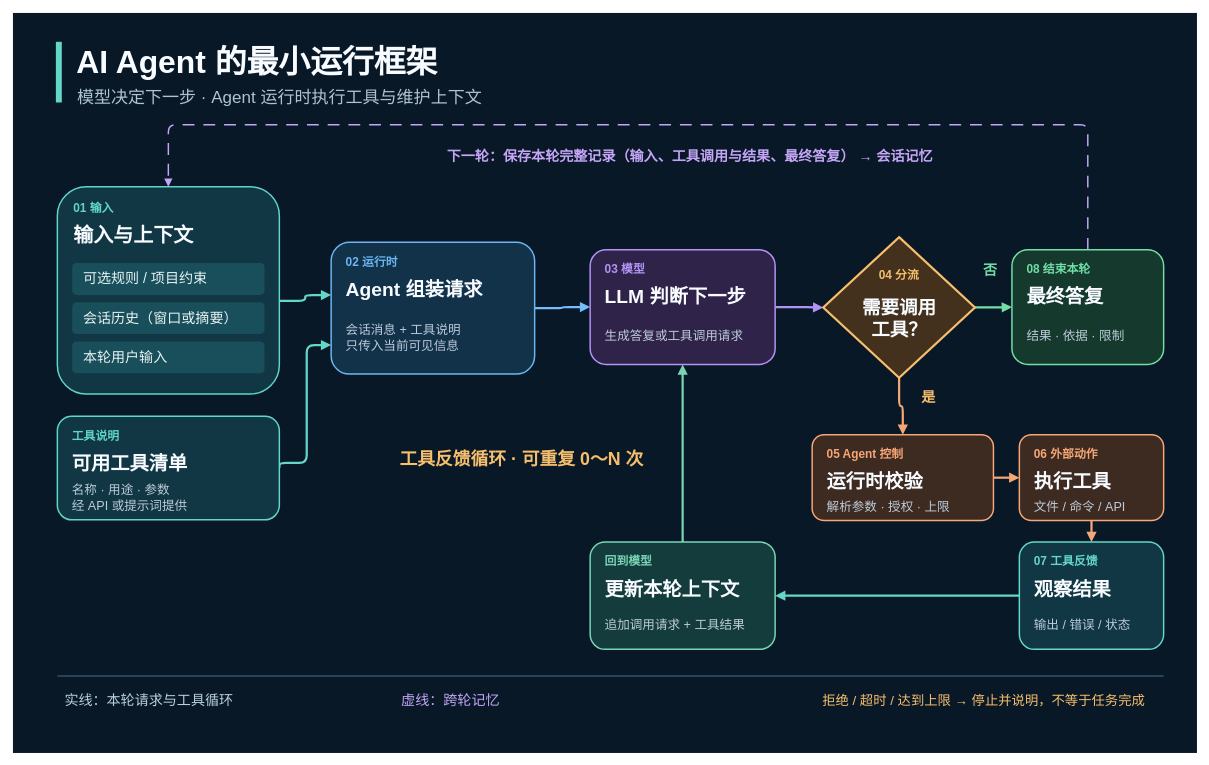
Above: output/AI_Agent_Flow_Optimized.drawio in YuLL-g/AgentLearning (draw.io), before the change. Source tidied: cells renumbered, new cells numbered last; positions are measured from the earlier drawing's top-left corner, leaving out a move shared by most shapes. Both pictures are drawn from the tidied source at 74%, with x=0, y=0 at pixel (13, 13).
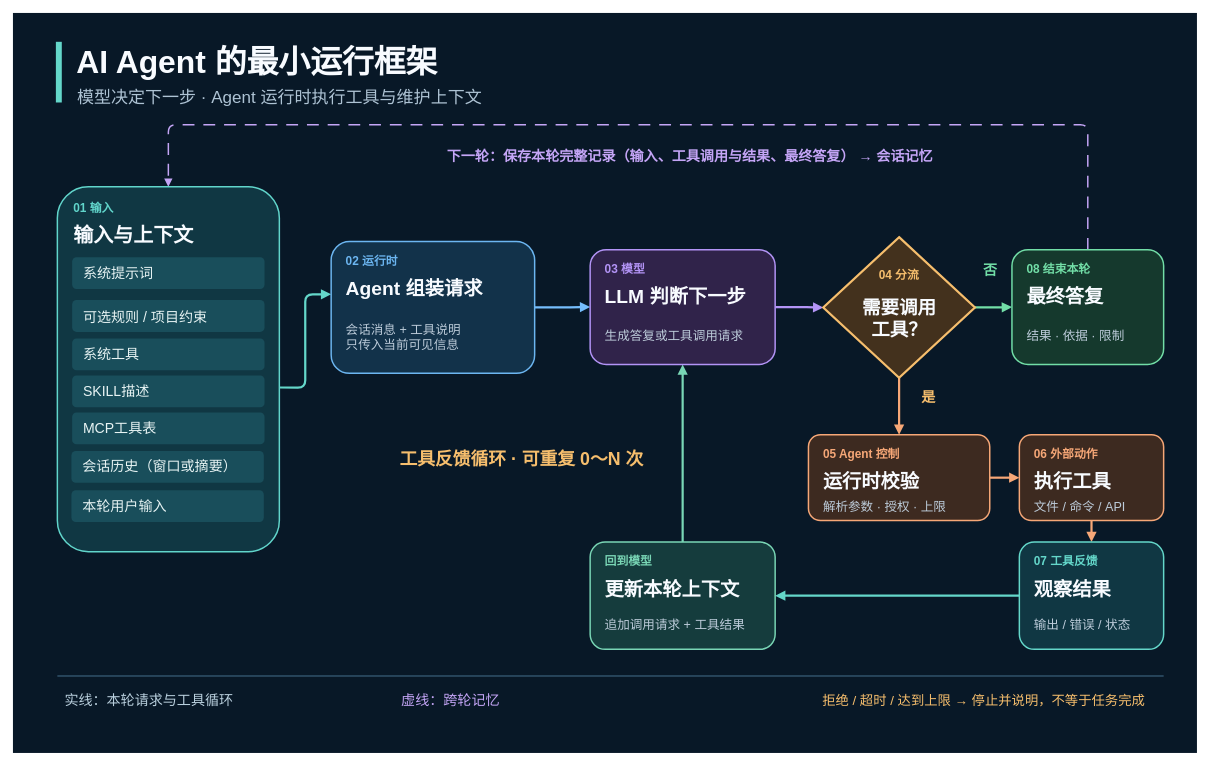
The same page after the edit.

What changed in the source:
```diff
@@
-    <mxCell id="4" style="edgeStyle=orthogonalEdgeStyle;rounded=1;jettySize=auto;html=1;strokeColor=#64D7CA;strokeWidth=3;dashed=0;dashPattern=8 6;endArrow=block;endFill=1;startArrow=none;exitX=1;exitY=0.5;exitDx=0;exitDy=0;entryX=0;entryY=0.78;entryDx=0;entryDy=0;" parent="1" edge="1" source="27" target="31">
-      <mxGeometry relative="1" as="geometry">
-        <Array as="points">
-          <mxPoint x="397" y="608" />
-          <mxPoint x="397" y="448" />
-        </Array>
-      </mxGeometry>
-    </mxCell>
@@
     <mxCell id="18" style="rounded=1;arcSize=14;whiteSpace=wrap;html=1;fillColor=#103743;strokeColor=#61D5CB;strokeWidth=2;shadow=0;" parent="1" vertex="1">
-      <mxGeometry x="60" y="235" width="300" height="280" as="geometry" />
+      <mxGeometry x="60" y="235" width="300" height="493" as="geometry" />
     </mxCell>
@@
-    <mxCell id="21" style="rounded=1;arcSize=14;whiteSpace=wrap;html=1;fillColor=#194E5B;strokeColor=none;strokeWidth=0;shadow=0;" parent="1" vertex="1">
-      <mxGeometry x="80" y="338" width="260" height="43" as="geometry" />
-    </mxCell>
-    <mxCell id="22" value="可选规则 / 项目约束" style="text;html=1;whiteSpace=wrap;rounded=0;fillColor=none;strokeColor=none;fontFamily=PingFang SC;fontSize=19;fontColor=#E8F4F4;fontStyle=0;align=left;verticalAlign=middle;spacing=0;" parent="1" vertex="1">
-      <mxGeometry x="95" y="343" width="230" height="33" as="geometry" />
-    </mxCell>
-    <mxCell id="23" style="rounded=1;arcSize=14;whiteSpace=wrap;html=1;fillColor=#194E5B;strokeColor=none;strokeWidth=0;shadow=0;" parent="1" vertex="1">
-      <mxGeometry x="80" y="391" width="260" height="43" as="geometry" />
-    </mxCell>
-    <mxCell id="24" value="会话历史（窗口或摘要）" style="text;html=1;whiteSpace=wrap;rounded=0;fillColor=none;strokeColor=none;fontFamily=PingFang SC;fontSize=19;fontColor=#E8F4F4;fontStyle=0;align=left;verticalAlign=middle;spacing=0;" parent="1" vertex="1">
-      <mxGeometry x="95" y="396" width="230" height="33" as="geometry" />
-    </mxCell>
-    <mxCell id="25" style="rounded=1;arcSize=14;whiteSpace=wrap;html=1;fillColor=#194E5B;strokeColor=none;strokeWidth=0;shadow=0;" parent="1" vertex="1">
-      <mxGeometry x="80" y="444" width="260" height="43" as="geometry" />
-    </mxCell>
-    <mxCell id="26" value="本轮用户输入" style="text;html=1;whiteSpace=wrap;rounded=0;fillColor=none;strokeColor=none;fontFamily=PingFang SC;fontSize=19;fontColor=#E8F4F4;fontStyle=0;align=left;verticalAlign=middle;spacing=0;" parent="1" vertex="1">
-      <mxGeometry x="95" y="449" width="230" height="33" as="geometry" />
-    </mxCell>
-    <mxCell id="27" style="rounded=1;arcSize=14;whiteSpace=wrap;html=1;fillColor=#103743;strokeColor=#61D5CB;strokeWidth=2;shadow=0;" parent="1" vertex="1">
-      <mxGeometry x="60" y="545" width="300" height="140" as="geometry" />
-    </mxCell>
-    <mxCell id="28" value="工具说明" style="text;html=1;whiteSpace=wrap;rounded=0;fillColor=none;strokeColor=none;fontFamily=PingFang SC;fontSize=16;fontColor=#61D5CB;fontStyle=1;align=left;verticalAlign=middle;spacing=0;" parent="1" vertex="1">
-      <mxGeometry x="80" y="558" width="260" height="25" as="geometry" />
-    </mxCell>
-    <mxCell id="29" value="可用工具清单" style="text;html=1;whiteSpace=wrap;rounded=0;fillColor=none;strokeColor=none;fontFamily=PingFang SC;fontSize=26;fontColor=#F8FBFF;fontStyle=1;align=left;verticalAlign=middle;spacing=0;" parent="1" vertex="1">
-      <mxGeometry x="80" y="587" width="260" height="43" as="geometry" />
-    </mxCell>
-    <mxCell id="30" value="名称 · 用途 · 参数&#10;经 API 或提示词提供" style="text;html=1;whiteSpace=wrap;rounded=0;fillColor=none;strokeColor=none;fontFamily=PingFang SC;fontSize=17;fontColor=#BDCCDA;fontStyle=0;align=left;verticalAlign=middle;spacing=0;" parent="1" vertex="1">
-      <mxGeometry x="80" y="635" width="260" height="41" as="geometry" />
-    </mxCell>
-    <mxCell id="31" style="rounded=1;arcSize=14;whiteSpace=wrap;html=1;fillColor=#12324A;strokeColor=#6CB6F1;strokeWidth=2;shadow=0;" parent="1" vertex="1">
-      <mxGeometry x="430" y="310" width="275" height="178" as="geometry" />
-    </mxCell>
-    <mxCell id="32" value="02  运行时" style="text;html=1;whiteSpace=wrap;rounded=0;fillColor=none;strokeColor=none;fontFamily=PingFang SC;fontSize=16;fontColor=#6CB6F1;fontStyle=1;align=left;verticalAlign=middle;spacing=0;" parent="1" vertex="1">
-      <mxGeometry x="450" y="323" width="235" height="25" as="geometry" />
-    </mxCell>
-    <mxCell id="33" value="Agent 组装请求" style="text;html=1;whiteSpace=wrap;rounded=0;fillColor=none;strokeColor=none;fontFamily=PingFang SC;fontSize=26;fontColor=#F8FBFF;fontStyle=1;align=left;verticalAlign=middle;spacing=0;" parent="1" vertex="1">
-      <mxGeometry x="450" y="352" width="235" height="43" as="geometry" />
-    </mxCell>
-    <mxCell id="34" value="会话消息 + 工具说明&#10;只传入当前可见信息" style="text;html=1;whiteSpace=wrap;rounded=0;fillColor=none;strokeColor=none;fontFamily=PingFang SC;fontSize=17;fontColor=#BDCCDA;fontStyle=0;align=left;verticalAlign=middle;spacing=0;" parent="1" vertex="1">
-      <mxGeometry x="450" y="400" width="235" height="79" as="geometry" />
-    </mxCell>
@@
-    <mxCell id="47" style="rounded=1;arcSize=14;whiteSpace=wrap;html=1;fillColor=#3D2A20;strokeColor=#F6A777;strokeWidth=2;shadow=0;" parent="1" vertex="1">
-      <mxGeometry x="1080" y="570" width="245" height="116" as="geometry" />
-    </mxCell>
-    <mxCell id="48" value="05  Agent 控制" style="text;html=1;whiteSpace=wrap;rounded=0;fillColor=none;strokeColor=none;fontFamily=PingFang SC;fontSize=16;fontColor=#F6A777;fontStyle=1;align=left;verticalAlign=middle;spacing=0;" parent="1" vertex="1">
-      <mxGeometry x="1100" y="583" width="205" height="25" as="geometry" />
-    </mxCell>
-    <mxCell id="49" value="运行时校验" style="text;html=1;whiteSpace=wrap;rounded=0;fillColor=none;strokeColor=none;fontFamily=PingFang SC;fontSize=26;fontColor=#F8FBFF;fontStyle=1;align=left;verticalAlign=middle;spacing=0;" parent="1" vertex="1">
-      <mxGeometry x="1100" y="612" width="205" height="43" as="geometry" />
-    </mxCell>
-    <mxCell id="50" value="解析参数 · 授权 · 上限" style="text;html=1;whiteSpace=wrap;rounded=0;fillColor=none;strokeColor=none;fontFamily=PingFang SC;fontSize=17;fontColor=#BDCCDA;fontStyle=0;align=left;verticalAlign=middle;spacing=0;" parent="1" vertex="1">
-      <mxGeometry x="1100" y="660" width="205" height="17" as="geometry" />
-    </mxCell>
@@
+    <mxCell id="69" style="group;" parent="1" vertex="1">
+      <mxGeometry x="80" y="390" width="260" height="43" as="geometry" />
+    </mxCell>
+    <mxCell id="21" style="rounded=1;arcSize=14;whiteSpace=wrap;html=1;fillColor=#194E5B;strokeColor=none;strokeWidth=0;shadow=0;" parent="69" vertex="1">
+      <mxGeometry y="-2" width="260" height="43" as="geometry" />
+    </mxCell>
+    <mxCell id="22" value="可选规则 / 项目约束" style="text;html=1;whiteSpace=wrap;rounded=0;fillColor=none;strokeColor=none;fontFamily=PingFang SC;fontSize=19;fontColor=#E8F4F4;fontStyle=0;align=left;verticalAlign=middle;spacing=0;" parent="69" vertex="1">
+      <mxGeometry x="15" y="5" width="230" height="33" as="geometry" />
+    </mxCell>
+    <mxCell id="70" style="group;" parent="1" vertex="1">
+      <mxGeometry x="79" y="592" width="260" height="43" as="geometry" />
+    </mxCell>
+    <mxCell id="23" style="rounded=1;arcSize=14;whiteSpace=wrap;html=1;fillColor=#194E5B;strokeColor=none;strokeWidth=0;shadow=0;" parent="70" vertex="1">
+      <mxGeometry width="260" height="43" as="geometry" />
+    </mxCell>
+    <mxCell id="24" value="会话历史（窗口或摘要）" style="text;html=1;whiteSpace=wrap;rounded=0;fillColor=none;strokeColor=none;fontFamily=PingFang SC;fontSize=19;fontColor=#E8F4F4;fontStyle=0;align=left;verticalAlign=middle;spacing=0;" parent="70" vertex="1">
+      <mxGeometry x="15" y="5" width="235" height="33" as="geometry" />
+    </mxCell>
+    <mxCell id="71" style="group;" parent="1" vertex="1">
+      <mxGeometry x="79" y="645" width="260" height="43" as="geometry" />
+    </mxCell>
+    <mxCell id="25" style="rounded=1;arcSize=14;whiteSpace=wrap;html=1;fillColor=#194E5B;strokeColor=none;strokeWidth=0;shadow=0;" parent="71" vertex="1">
+      <mxGeometry width="260" height="43" as="geometry" />
+    </mxCell>
+    <mxCell id="26" value="本轮用户输入" style="text;html=1;whiteSpace=wrap;rounded=0;fillColor=none;strokeColor=none;fontFamily=PingFang SC;fontSize=19;fontColor=#E8F4F4;fontStyle=0;align=left;verticalAlign=middle;spacing=0;" parent="71" vertex="1">
+      <mxGeometry x="15" y="5" width="230" height="33" as="geometry" />
+    </mxCell>
+    <mxCell id="72" style="group;" parent="1" vertex="1">
+      <mxGeometry x="80" y="330" width="260" height="43" as="geometry" />
+    </mxCell>
+    <mxCell id="73" style="rounded=1;arcSize=14;whiteSpace=wrap;html=1;fillColor=#194E5B;strokeColor=none;strokeWidth=0;shadow=0;" parent="72" vertex="1">
+      <mxGeometry width="260" height="43" as="geometry" />
+    </mxCell>
+    <mxCell id="74" value="系统提示词" style="text;html=1;whiteSpace=wrap;rounded=0;fillColor=none;strokeColor=none;fontFamily=PingFang SC;fontSize=19;fontColor=#E8F4F4;fontStyle=0;align=left;verticalAlign=middle;spacing=0;" parent="72" vertex="1">
+      <mxGeometry x="15" y="5" width="230" height="33" as="geometry" />
+    </mxCell>
+    <mxCell id="75" style="group;" parent="1" vertex="1">
+      <mxGeometry x="1075" y="570" width="245" height="116" as="geometry" />
+    </mxCell>
+    <mxCell id="47" style="rounded=1;arcSize=14;whiteSpace=wrap;html=1;fillColor=#3D2A20;strokeColor=#F6A777;strokeWidth=2;shadow=0;" parent="75" vertex="1">
+      <mxGeometry width="245" height="116" as="geometry" />
+    </mxCell>
+    <mxCell id="48" value="05  Agent 控制" style="text;html=1;whiteSpace=wrap;rounded=0;fillColor=none;strokeColor=none;fontFamily=PingFang SC;fontSize=16;fontColor=#F6A777;fontStyle=1;align=left;verticalAlign=middle;spacing=0;" parent="75" vertex="1">
+      <mxGeometry x="20" y="13" width="205" height="25" as="geometry" />
+    </mxCell>
+    <mxCell id="49" value="运行时校验" style="text;html=1;whiteSpace=wrap;rounded=0;fillColor=none;strokeColor=none;fontFamily=PingFang SC;fontSize=26;fontColor=#F8FBFF;fontStyle=1;align=left;verticalAlign=middle;spacing=0;" parent="75" vertex="1">
+      <mxGeometry x="20" y="42" width="205" height="43" as="geometry" />
+    </mxCell>
+    <mxCell id="50" value="解析参数 · 授权 · 上限" style="text;html=1;whiteSpace=wrap;rounded=0;fillColor=none;strokeColor=none;fontFamily=PingFang SC;fontSize=17;fontColor=#BDCCDA;fontStyle=0;align=left;verticalAlign=middle;spacing=0;" parent="75" vertex="1">
+      <mxGeometry x="20" y="90" width="205" height="17" as="geometry" />
+    </mxCell>
+    <mxCell id="76" style="group;" parent="1" vertex="1">
+      <mxGeometry x="430" y="309" width="275" height="178" as="geometry" />
+    </mxCell>
+    <mxCell id="31" style="rounded=1;arcSize=14;whiteSpace=wrap;html=1;fillColor=#12324A;strokeColor=#6CB6F1;strokeWidth=2;shadow=0;" parent="76" vertex="1">
+      <mxGeometry width="275" height="178" as="geometry" />
+    </mxCell>
+    <mxCell id="32" value="02  运行时" style="text;html=1;whiteSpace=wrap;rounded=0;fillColor=none;strokeColor=none;fontFamily=PingFang SC;fontSize=16;fontColor=#6CB6F1;fontStyle=1;align=left;verticalAlign=middle;spacing=0;" parent="76" vertex="1">
+      <mxGeometry x="20" y="13" width="235" height="25" as="geometry" />
+    </mxCell>
+    <mxCell id="33" value="Agent 组装请求" style="text;html=1;whiteSpace=wrap;rounded=0;fillColor=none;strokeColor=none;fontFamily=PingFang SC;fontSize=26;fontColor=#F8FBFF;fontStyle=1;align=left;verticalAlign=middle;spacing=0;" parent="76" vertex="1">
+      <mxGeometry x="20" y="42" width="235" height="43" as="geometry" />
+    </mxCell>
+    <mxCell id="34" value="会话消息 + 工具说明&#10;只传入当前可见信息" style="text;html=1;whiteSpace=wrap;rounded=0;fillColor=none;strokeColor=none;fontFamily=PingFang SC;fontSize=17;fontColor=#BDCCDA;fontStyle=0;align=left;verticalAlign=middle;spacing=0;" parent="76" vertex="1">
+      <mxGeometry x="20" y="90" width="235" height="79" as="geometry" />
+    </mxCell>
+    <mxCell id="77" style="group;" parent="1" vertex="1">
+      <mxGeometry x="80" y="440" width="260" height="43" as="geometry" />
+    </mxCell>
+    <mxCell id="78" style="rounded=1;arcSize=14;whiteSpace=wrap;html=1;fillColor=#194E5B;strokeColor=none;strokeWidth=0;shadow=0;" parent="77" vertex="1">
+      <mxGeometry width="260" height="43" as="geometry" />
+    </mxCell>
+    <mxCell id="79" value="系统工具" style="text;html=1;whiteSpace=wrap;rounded=0;fillColor=none;strokeColor=none;fontFamily=PingFang SC;fontSize=19;fontColor=#E8F4F4;fontStyle=0;align=left;verticalAlign=middle;spacing=0;" parent="77" vertex="1">
+      <mxGeometry x="15" y="5" width="235" height="33" as="geometry" />
+    </mxCell>
+    <mxCell id="80" style="group;" parent="1" vertex="1">
+      <mxGeometry x="80" y="490" width="260" height="43" as="geometry" />
+    </mxCell>
+    <mxCell id="81" style="rounded=1;arcSize=14;whiteSpace=wrap;html=1;fillColor=#194E5B;strokeColor=none;strokeWidth=0;shadow=0;" parent="80" vertex="1">
+      <mxGeometry width="260" height="43" as="geometry" />
+    </mxCell>
+    <mxCell id="82" value="SKILL描述" style="text;html=1;whiteSpace=wrap;rounded=0;fillColor=none;strokeColor=none;fontFamily=PingFang SC;fontSize=19;fontColor=#E8F4F4;fontStyle=0;align=left;verticalAlign=middle;spacing=0;" parent="80" vertex="1">
+      <mxGeometry x="15" y="5" width="235" height="33" as="geometry" />
+    </mxCell>
+    <mxCell id="83" style="group;" parent="1" vertex="1">
+      <mxGeometry x="80" y="540" width="260" height="43" as="geometry" />
+    </mxCell>
+    <mxCell id="84" style="rounded=1;arcSize=14;whiteSpace=wrap;html=1;fillColor=#194E5B;strokeColor=none;strokeWidth=0;shadow=0;" parent="83" vertex="1">
+      <mxGeometry width="260" height="43" as="geometry" />
+    </mxCell>
+    <mxCell id="85" value="MCP工具表" style="text;html=1;whiteSpace=wrap;rounded=0;fillColor=none;strokeColor=none;fontFamily=PingFang SC;fontSize=19;fontColor=#E8F4F4;fontStyle=0;align=left;verticalAlign=middle;spacing=0;" parent="83" vertex="1">
+      <mxGeometry x="15" y="5" width="235" height="33" as="geometry" />
+    </mxCell>
```
